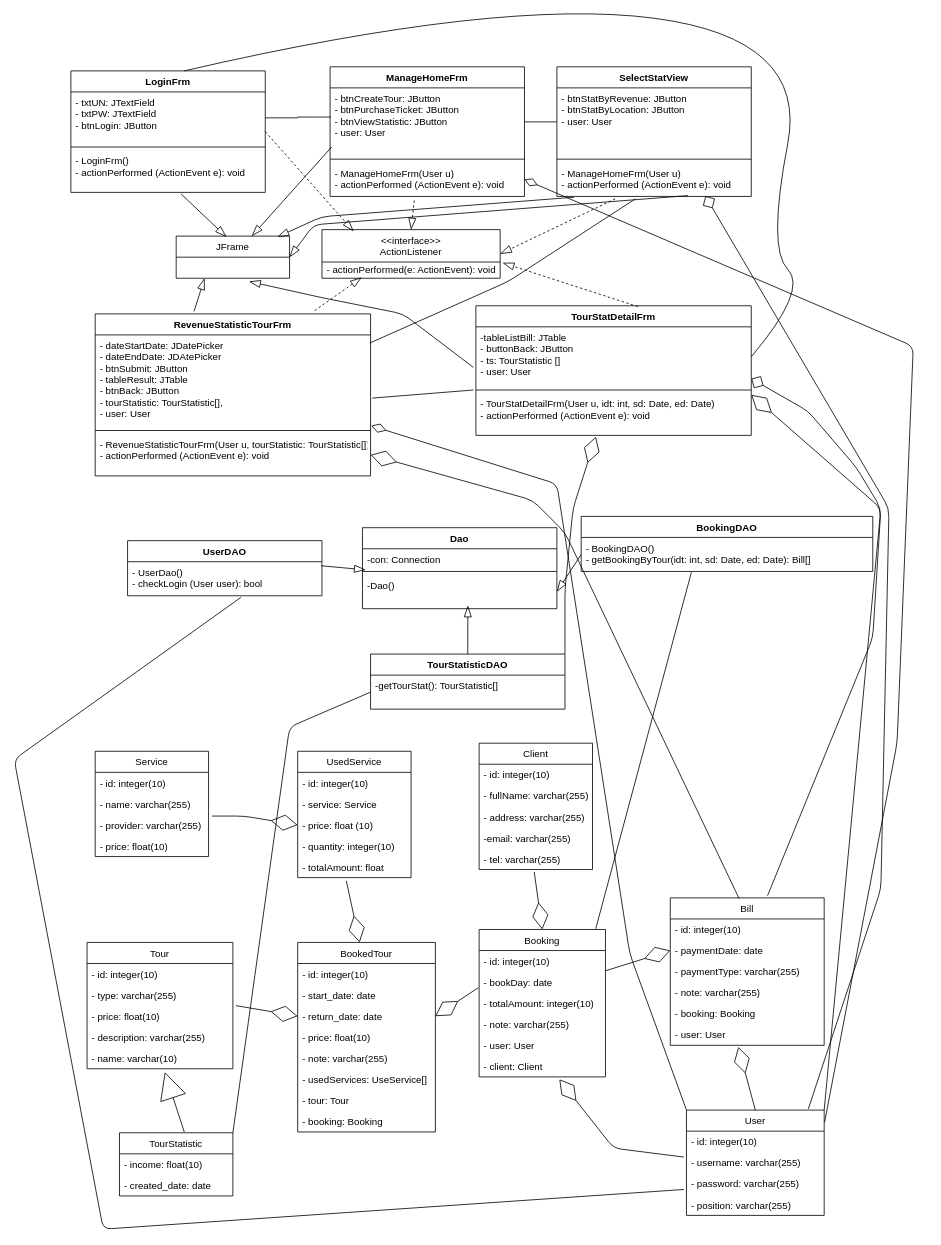
thanhlongtld/classical_software_engineering keeps this draw.io diagram as design_class_entity2.drawio. Above is the earlier version. Source tidied: cells renumbered, new cells numbered last; positions are measured from the earlier drawing's top-left corner, leaving out a move shared by most shapes. Both pictures are drawn from the tidied source at 81%, with x=0, y=0 at pixel (14, -2).
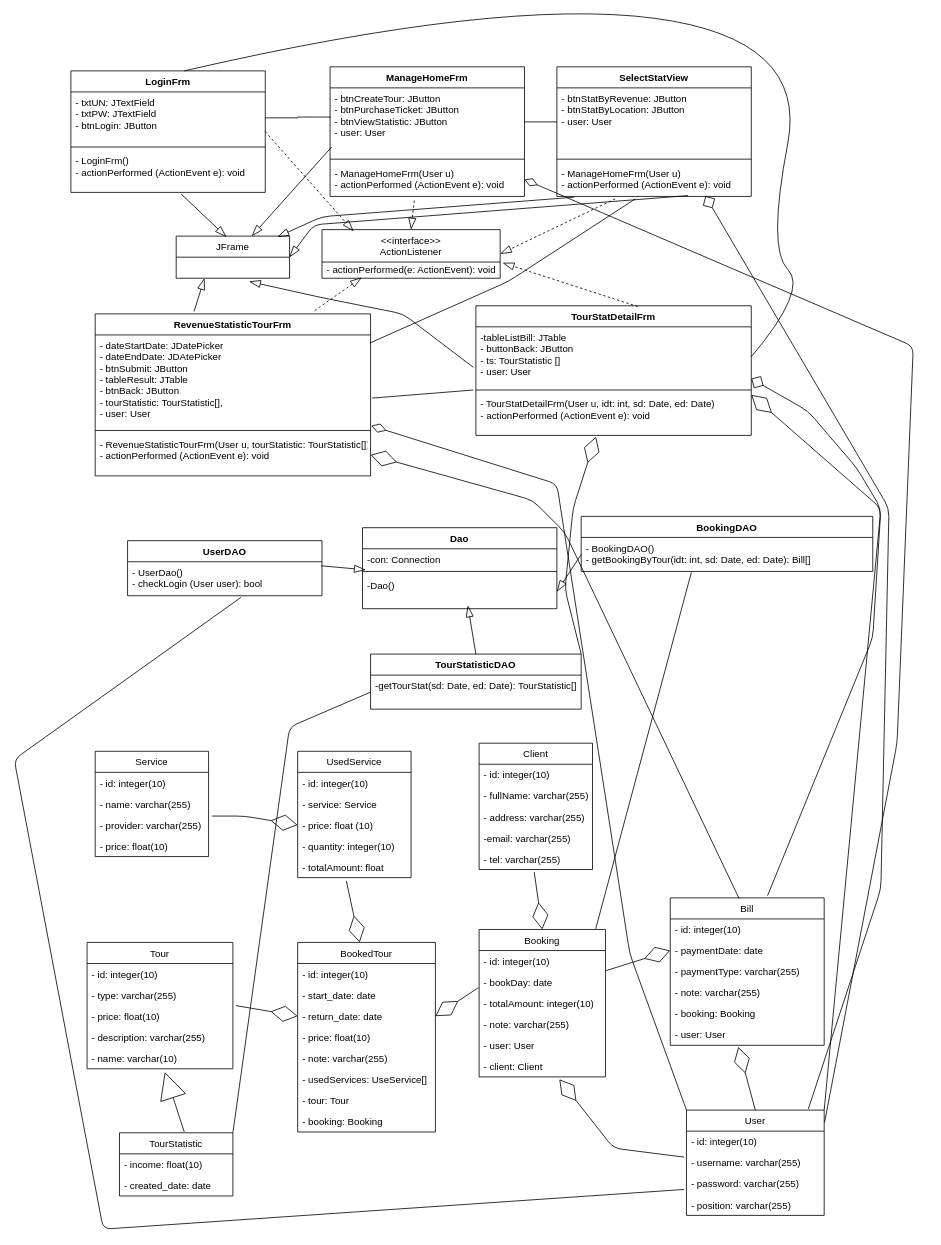
Above is the later version.

What changed in the source:
```diff
@@
     <mxCell id="49" value="TourStatisticDAO" style="swimlane;fontStyle=1;align=center;verticalAlign=top;horizontal=1;startSize=26;" parent="1" vertex="1">
-      <mxGeometry x="440" y="810" width="240" height="68" as="geometry" />
+      <mxGeometry x="440" y="810" width="260" height="68" as="geometry" />
     </mxCell>
-    <mxCell id="50" value="-getTourStat(): TourStatistic[]" style="text;strokeColor=none;fillColor=none;align=left;verticalAlign=top;spacingLeft=4;spacingRight=4;overflow=hidden;points=[[0,0.5],[1,0.5]];portConstraint=eastwest;" parent="49" vertex="1">
-      <mxGeometry y="26" width="240" height="42" as="geometry" />
+    <mxCell id="50" value="-getTourStat(sd: Date, ed: Date): TourStatistic[]" style="text;strokeColor=none;fillColor=none;align=left;verticalAlign=top;spacingLeft=4;spacingRight=4;overflow=hidden;points=[[0,0.5],[1,0.5]];portConstraint=eastwest;" parent="49" vertex="1">
+      <mxGeometry y="26" width="260" height="42" as="geometry" />
     </mxCell>
```
